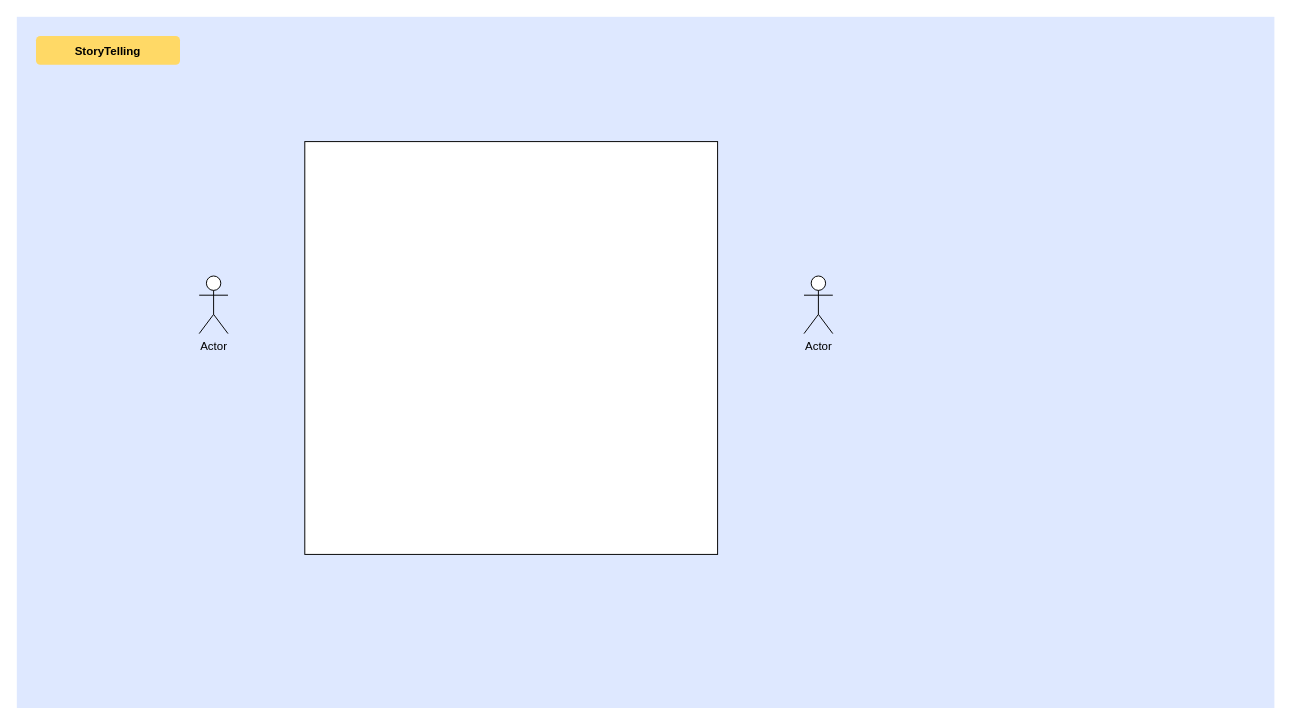
The draw.io diagram page "use case" (2 of 2) of Untitled Diagram.drawio in chewwwyong/dosomethingexcel, before the edit. Source tidied: cells renumbered, new cells numbered last; positions are measured from the earlier drawing's top-left corner, leaving out a move shared by most shapes. Both pictures are drawn from the tidied source at 96%, with x=0, y=0 at pixel (16, 16).
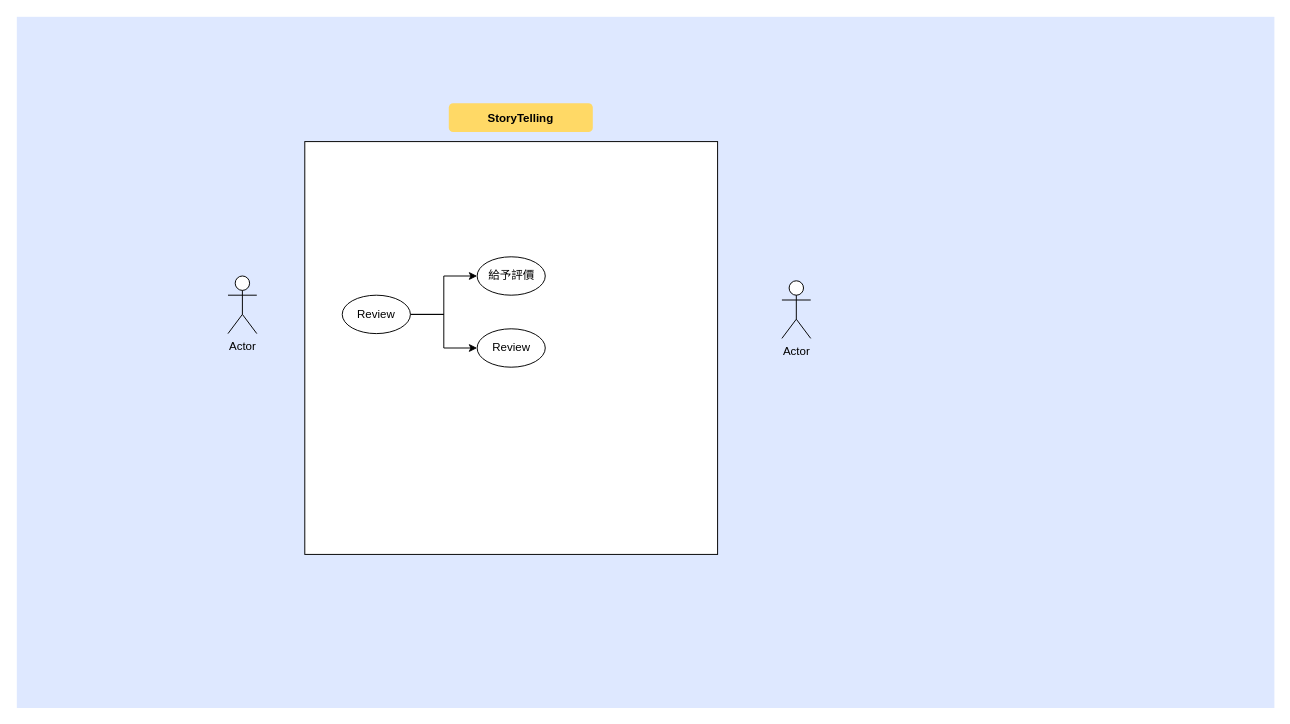
Above is the later version.

The edit, as a diff of the source:
```diff
@@
 <mxGraphModel>
   <root>
     <mxCell id="0" />
     <mxCell id="1" parent="0" />
     <mxCell id="2" style="fillColor=#DEE8FF;strokeColor=none;" parent="1" vertex="1">
       <mxGeometry width="1310" height="720" as="geometry" />
     </mxCell>
     <mxCell id="3" value="StoryTelling" style="rounded=1;fontStyle=1;fillColor=#FFD966;strokeColor=none;" parent="1" vertex="1">
-      <mxGeometry x="20" y="20" width="150" height="30" as="geometry" />
+      <mxGeometry x="450" y="90" width="150" height="30" as="geometry" />
     </mxCell>
     <mxCell id="4" style="rounded=0;whiteSpace=wrap;html=1;strokeColor=#000000;" parent="1" vertex="1">
       <mxGeometry x="300" y="130" width="430" height="430" as="geometry" />
     </mxCell>
     <mxCell id="5" value="Actor" style="shape=umlActor;verticalLabelPosition=bottom;verticalAlign=top;html=1;strokeColor=#000000;" parent="1" vertex="1">
-      <mxGeometry x="190" y="270" width="30" height="60" as="geometry" />
+      <mxGeometry x="220" y="270" width="30" height="60" as="geometry" />
     </mxCell>
     <mxCell id="6" value="Actor" style="shape=umlActor;verticalLabelPosition=bottom;verticalAlign=top;html=1;strokeColor=#000000;" parent="1" vertex="1">
-      <mxGeometry x="820" y="270" width="30" height="60" as="geometry" />
+      <mxGeometry x="797" y="275" width="30" height="60" as="geometry" />
     </mxCell>
+    <mxCell id="7" style="edgeStyle=orthogonalEdgeStyle;rounded=0;jettySize=auto;html=1;" parent="1" edge="1" source="9" target="11">
+      <mxGeometry relative="1" as="geometry" />
+    </mxCell>
+    <mxCell id="8" style="edgeStyle=orthogonalEdgeStyle;rounded=0;jettySize=auto;html=1;" parent="1" edge="1" source="9" target="10">
+      <mxGeometry relative="1" as="geometry" />
+    </mxCell>
+    <mxCell id="9" value="Review" style="ellipse;whiteSpace=wrap;html=1;strokeColor=#000000;" parent="1" vertex="1">
+      <mxGeometry x="339" y="290" width="71" height="40" as="geometry" />
+    </mxCell>
+    <mxCell id="10" value="給予評價" style="ellipse;whiteSpace=wrap;html=1;strokeColor=#000000;" parent="1" vertex="1">
+      <mxGeometry x="479.5" y="250" width="71" height="40" as="geometry" />
+    </mxCell>
+    <mxCell id="11" value="Review" style="ellipse;whiteSpace=wrap;html=1;strokeColor=#000000;" parent="1" vertex="1">
+      <mxGeometry x="479.5" y="325" width="71" height="40" as="geometry" />
+    </mxCell>
   </root>
 </mxGraphModel>
```
